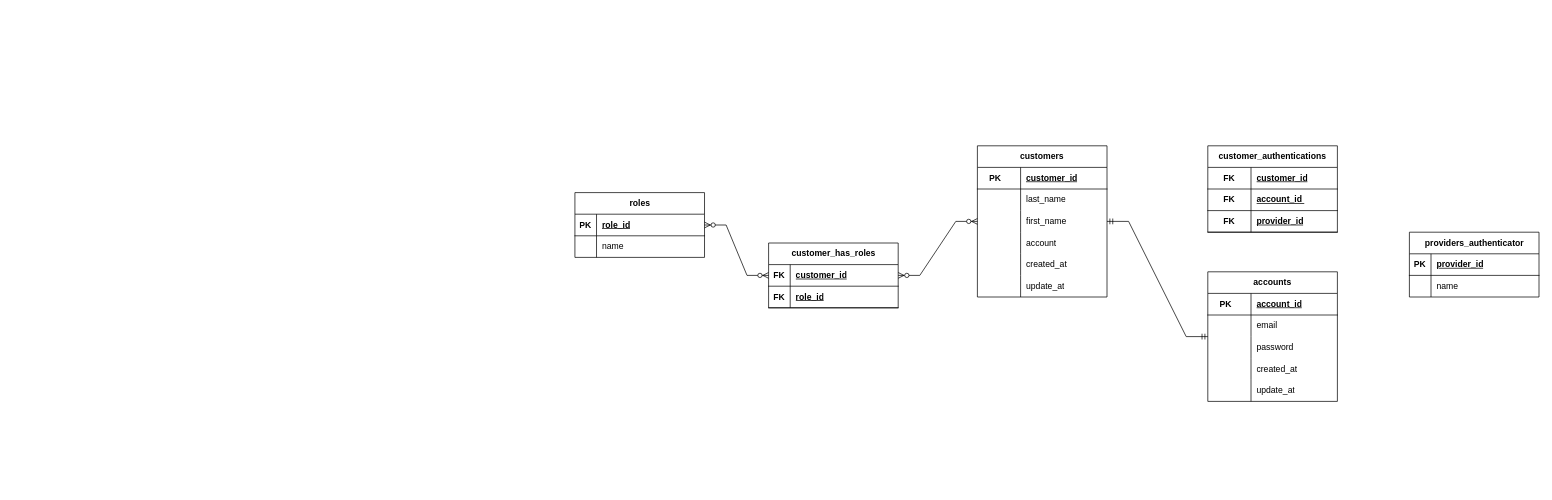
The draw.io diagram des/GRVD-DATABASE_DIAGRAM-V1.0.drawio in Innovator-Software-Bteam/graviad, before the edit. Source tidied: cells renumbered, new cells numbered last; positions are measured from the earlier drawing's top-left corner, leaving out a move shared by most shapes. Both pictures are drawn from the tidied source at 72%, with x=0, y=0 at pixel (575, 145).
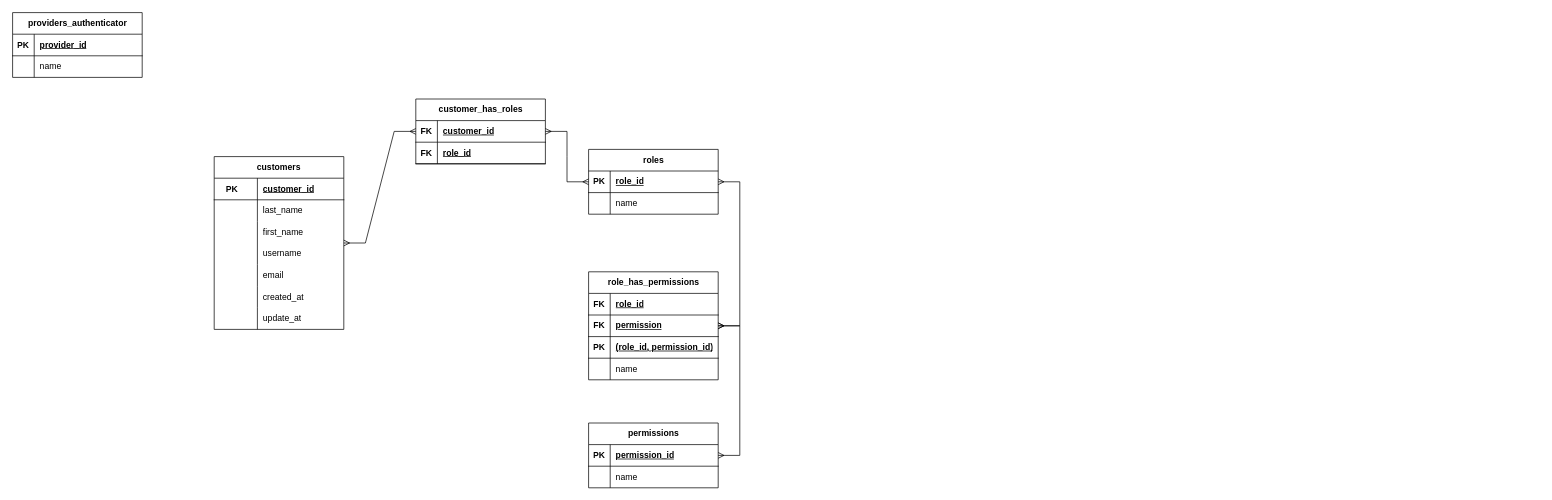
After the change.

Unchanged cells that the change refers to:
```xml
<mxCell id="12" style="shape=tableRow;horizontal=0;startSize=0;swimlaneHead=0;swimlaneBody=0;fillColor=none;top=0;left=0;right=0;bottom=0;html=1;" parent="2" vertex="1">
  <mxGeometry y="120" width="180" height="30" as="geometry" />
</mxCell>
```

Change to the diagram source:
```diff
@@
     <mxCell id="2" value="customers" style="shape=table;startSize=30;childLayout=tableLayout;rowLines=0;fontStyle=1;align=center;html=1;whiteSpace=wrap;" parent="1" vertex="1">
-      <mxGeometry x="559" width="180" height="210" as="geometry" />
+      <mxGeometry x="-501" y="15" width="180" height="240" as="geometry" />
     </mxCell>
@@
-    <mxCell id="14" value="account" style="shape=partialRectangle;fillColor=none;top=0;left=0;bottom=0;right=0;align=left;spacingLeft=6;overflow=hidden;html=1;whiteSpace=wrap;" parent="12" vertex="1">
+    <mxCell id="14" value="username" style="shape=partialRectangle;fillColor=none;top=0;left=0;bottom=0;right=0;align=left;spacingLeft=6;overflow=hidden;html=1;whiteSpace=wrap;" parent="12" vertex="1">
       <mxGeometry x="60" width="120" height="30" as="geometry" />
     </mxCell>
+    <mxCell id="34" style="shape=tableRow;horizontal=0;startSize=0;swimlaneHead=0;swimlaneBody=0;fillColor=none;top=0;left=0;right=0;bottom=0;html=1;" parent="2" vertex="1">
+      <mxGeometry y="150" width="180" height="30" as="geometry" />
+    </mxCell>
+    <mxCell id="71" style="shape=partialRectangle;fillColor=none;top=0;left=0;bottom=0;right=0;overflow=hidden;html=1;whiteSpace=wrap;" parent="34" vertex="1">
+      <mxGeometry width="60" height="30" as="geometry" />
+    </mxCell>
+    <mxCell id="27" value="email" style="shape=partialRectangle;fillColor=none;top=0;left=0;bottom=0;right=0;align=left;spacingLeft=6;overflow=hidden;html=1;whiteSpace=wrap;" parent="34" vertex="1">
+      <mxGeometry x="60" width="120" height="30" as="geometry" />
+    </mxCell>
     <mxCell id="15" style="shape=tableRow;horizontal=0;startSize=0;swimlaneHead=0;swimlaneBody=0;fillColor=none;top=0;left=0;right=0;bottom=0;html=1;" parent="2" vertex="1">
-      <mxGeometry y="150" width="180" height="30" as="geometry" />
+      <mxGeometry y="180" width="180" height="30" as="geometry" />
     </mxCell>
@@
     <mxCell id="18" style="shape=tableRow;horizontal=0;startSize=0;swimlaneHead=0;swimlaneBody=0;fillColor=none;top=0;left=0;right=0;bottom=0;html=1;" parent="2" vertex="1">
-      <mxGeometry y="180" width="180" height="30" as="geometry" />
+      <mxGeometry y="210" width="180" height="30" as="geometry" />
     </mxCell>
@@
-    <mxCell id="21" value="accounts" style="shape=table;startSize=30;childLayout=tableLayout;rowLines=0;fontStyle=1;align=center;html=1;whiteSpace=wrap;" parent="1" vertex="1">
-      <mxGeometry x="879" y="175" width="180" height="180" as="geometry" />
-    </mxCell>
-    <mxCell id="22" style="shape=tableRow;horizontal=0;startSize=0;swimlaneHead=0;swimlaneBody=0;fillColor=none;top=0;left=0;right=0;bottom=1;html=1;" parent="21" vertex="1">
-      <mxGeometry y="30" width="180" height="30" as="geometry" />
-    </mxCell>
-    <mxCell id="23" value="PK&lt;span style=&quot;white-space: pre;&quot;&gt;&#9;&lt;/span&gt;" style="shape=partialRectangle;fillColor=none;top=0;left=0;bottom=0;right=0;fontStyle=1;overflow=hidden;html=1;whiteSpace=wrap;" parent="22" vertex="1">
-      <mxGeometry width="60" height="30" as="geometry" />
-    </mxCell>
-    <mxCell id="24" value="account_id" style="shape=partialRectangle;fillColor=none;top=0;left=0;bottom=0;right=0;align=left;spacingLeft=6;fontStyle=5;overflow=hidden;html=1;whiteSpace=wrap;" parent="22" vertex="1">
-      <mxGeometry x="60" width="120" height="30" as="geometry" />
-    </mxCell>
-    <mxCell id="25" style="shape=tableRow;horizontal=0;startSize=0;swimlaneHead=0;swimlaneBody=0;fillColor=none;top=0;left=0;right=0;bottom=0;html=1;" parent="21" vertex="1">
-      <mxGeometry y="60" width="180" height="30" as="geometry" />
-    </mxCell>
-    <mxCell id="26" style="shape=partialRectangle;fillColor=none;top=0;left=0;bottom=0;right=0;overflow=hidden;html=1;whiteSpace=wrap;" parent="25" vertex="1">
-      <mxGeometry width="60" height="30" as="geometry" />
-    </mxCell>
-    <mxCell id="27" value="email" style="shape=partialRectangle;fillColor=none;top=0;left=0;bottom=0;right=0;align=left;spacingLeft=6;overflow=hidden;html=1;whiteSpace=wrap;" parent="25" vertex="1">
-      <mxGeometry x="60" width="120" height="30" as="geometry" />
-    </mxCell>
-    <mxCell id="28" style="shape=tableRow;horizontal=0;startSize=0;swimlaneHead=0;swimlaneBody=0;fillColor=none;top=0;left=0;right=0;bottom=0;html=1;" parent="21" vertex="1">
-      <mxGeometry y="90" width="180" height="30" as="geometry" />
-    </mxCell>
-    <mxCell id="29" style="shape=partialRectangle;fillColor=none;top=0;left=0;bottom=0;right=0;overflow=hidden;html=1;whiteSpace=wrap;" parent="28" vertex="1">
-      <mxGeometry width="60" height="30" as="geometry" />
-    </mxCell>
-    <mxCell id="30" value="password" style="shape=partialRectangle;fillColor=none;top=0;left=0;bottom=0;right=0;align=left;spacingLeft=6;overflow=hidden;html=1;whiteSpace=wrap;" parent="28" vertex="1">
-      <mxGeometry x="60" width="120" height="30" as="geometry" />
-    </mxCell>
-    <mxCell id="31" style="shape=tableRow;horizontal=0;startSize=0;swimlaneHead=0;swimlaneBody=0;fillColor=none;top=0;left=0;right=0;bottom=0;html=1;" parent="21" vertex="1">
-      <mxGeometry y="120" width="180" height="30" as="geometry" />
-    </mxCell>
-    <mxCell id="32" style="shape=partialRectangle;fillColor=none;top=0;left=0;bottom=0;right=0;overflow=hidden;html=1;whiteSpace=wrap;" parent="31" vertex="1">
-      <mxGeometry width="60" height="30" as="geometry" />
-    </mxCell>
-    <mxCell id="33" value="created_at" style="shape=partialRectangle;fillColor=none;top=0;left=0;bottom=0;right=0;align=left;spacingLeft=6;overflow=hidden;html=1;whiteSpace=wrap;" parent="31" vertex="1">
-      <mxGeometry x="60" width="120" height="30" as="geometry" />
-    </mxCell>
-    <mxCell id="34" style="shape=tableRow;horizontal=0;startSize=0;swimlaneHead=0;swimlaneBody=0;fillColor=none;top=0;left=0;right=0;bottom=0;html=1;" parent="21" vertex="1">
-      <mxGeometry y="150" width="180" height="30" as="geometry" />
-    </mxCell>
-    <mxCell id="35" style="shape=partialRectangle;fillColor=none;top=0;left=0;bottom=0;right=0;overflow=hidden;html=1;whiteSpace=wrap;" parent="34" vertex="1">
-      <mxGeometry width="60" height="30" as="geometry" />
-    </mxCell>
-    <mxCell id="36" value="update_at" style="shape=partialRectangle;fillColor=none;top=0;left=0;bottom=0;right=0;align=left;spacingLeft=6;overflow=hidden;html=1;whiteSpace=wrap;" parent="34" vertex="1">
-      <mxGeometry x="60" width="120" height="30" as="geometry" />
-    </mxCell>
     <mxCell id="37" value="roles" style="shape=table;startSize=30;childLayout=tableLayout;rowLines=0;fontStyle=1;align=center;html=1;" parent="1" vertex="1">
-      <mxGeometry y="65" width="180" height="90" as="geometry" />
+      <mxGeometry x="19" y="5" width="180" height="90" as="geometry" />
     </mxCell>
@@
-    <mxCell id="44" value="customer_authentications" style="shape=table;startSize=30;childLayout=tableLayout;rowLines=0;fontStyle=1;align=center;html=1;whiteSpace=wrap;" parent="1" vertex="1">
-      <mxGeometry x="879" width="180" height="120" as="geometry" />
-    </mxCell>
-    <mxCell id="45" style="shape=tableRow;horizontal=0;startSize=0;swimlaneHead=0;swimlaneBody=0;fillColor=none;top=0;left=0;right=0;bottom=1;html=1;" parent="44" vertex="1">
-      <mxGeometry y="30" width="180" height="30" as="geometry" />
-    </mxCell>
-    <mxCell id="46" value="FK" style="shape=partialRectangle;fillColor=none;top=0;left=0;bottom=0;right=0;fontStyle=1;overflow=hidden;html=1;whiteSpace=wrap;" parent="45" vertex="1">
-      <mxGeometry width="60" height="30" as="geometry" />
-    </mxCell>
-    <mxCell id="47" value="customer_id" style="shape=partialRectangle;fillColor=none;top=0;left=0;bottom=0;right=0;align=left;spacingLeft=6;fontStyle=5;overflow=hidden;html=1;whiteSpace=wrap;" parent="45" vertex="1">
-      <mxGeometry x="60" width="120" height="30" as="geometry" />
-    </mxCell>
-    <mxCell id="48" style="shape=tableRow;horizontal=0;startSize=0;swimlaneHead=0;swimlaneBody=0;fillColor=none;top=0;left=0;right=0;bottom=1;html=1;" parent="44" vertex="1">
-      <mxGeometry y="60" width="180" height="30" as="geometry" />
-    </mxCell>
-    <mxCell id="49" value="FK" style="shape=partialRectangle;fillColor=none;top=0;left=0;bottom=0;right=0;fontStyle=1;overflow=hidden;html=1;whiteSpace=wrap;" parent="48" vertex="1">
-      <mxGeometry width="60" height="30" as="geometry" />
-    </mxCell>
-    <mxCell id="50" value="account_id&amp;nbsp;" style="shape=partialRectangle;fillColor=none;top=0;left=0;bottom=0;right=0;align=left;spacingLeft=6;fontStyle=5;overflow=hidden;html=1;whiteSpace=wrap;" parent="48" vertex="1">
-      <mxGeometry x="60" width="120" height="30" as="geometry" />
-    </mxCell>
-    <mxCell id="51" style="shape=tableRow;horizontal=0;startSize=0;swimlaneHead=0;swimlaneBody=0;fillColor=none;top=0;left=0;right=0;bottom=1;html=1;" parent="44" vertex="1">
-      <mxGeometry y="90" width="180" height="30" as="geometry" />
-    </mxCell>
-    <mxCell id="52" value="FK" style="shape=partialRectangle;fillColor=none;top=0;left=0;bottom=0;right=0;fontStyle=1;overflow=hidden;html=1;whiteSpace=wrap;" parent="51" vertex="1">
-      <mxGeometry width="60" height="30" as="geometry" />
-    </mxCell>
-    <mxCell id="53" value="provider_id" style="shape=partialRectangle;fillColor=none;top=0;left=0;bottom=0;right=0;align=left;spacingLeft=6;fontStyle=5;overflow=hidden;html=1;whiteSpace=wrap;" parent="51" vertex="1">
-      <mxGeometry x="60" width="120" height="30" as="geometry" />
-    </mxCell>
     <mxCell id="54" value="providers_authenticator" style="shape=table;startSize=30;childLayout=tableLayout;rowLines=0;fontStyle=1;align=center;html=1;" parent="1" vertex="1">
-      <mxGeometry x="1159" y="120" width="180" height="90" as="geometry" />
+      <mxGeometry x="-781" y="-185" width="180" height="90" as="geometry" />
     </mxCell>
@@
     <mxCell id="61" value="customer_has_roles" style="shape=table;startSize=30;childLayout=tableLayout;rowLines=0;fontStyle=1;align=center;html=1;" parent="1" vertex="1">
-      <mxGeometry x="269" y="135" width="180" height="90" as="geometry" />
+      <mxGeometry x="-221" y="-65" width="180" height="90" as="geometry" />
     </mxCell>
@@
-    <mxCell id="68" style="edgeStyle=entityRelationEdgeStyle;fontSize=12;html=1;endArrow=ERzeroToMany;endFill=1;startArrow=ERzeroToMany;rounded=0;" parent="1" edge="1" source="61" target="2">
-      <mxGeometry relative="1" as="geometry" />
-    </mxCell>
+    <mxCell id="72" value="permissions" style="shape=table;startSize=30;childLayout=tableLayout;rowLines=0;fontStyle=1;align=center;html=1;" parent="1" vertex="1">
+      <mxGeometry x="19" y="385" width="180" height="90" as="geometry" />
+    </mxCell>
+    <mxCell id="73" style="shape=tableRow;horizontal=0;startSize=0;swimlaneHead=0;swimlaneBody=0;fillColor=none;top=0;left=0;right=0;bottom=1;" parent="72" vertex="1">
+      <mxGeometry y="30" width="180" height="30" as="geometry" />
+    </mxCell>
+    <mxCell id="74" value="PK" style="shape=partialRectangle;fillColor=none;top=0;left=0;bottom=0;right=0;fontStyle=1;overflow=hidden;whiteSpace=wrap;html=1;" parent="73" vertex="1">
+      <mxGeometry width="30" height="30" as="geometry" />
+    </mxCell>
+    <mxCell id="75" value="permission_id" style="shape=partialRectangle;fillColor=none;top=0;left=0;bottom=0;right=0;align=left;spacingLeft=6;fontStyle=5;overflow=hidden;whiteSpace=wrap;html=1;" parent="73" vertex="1">
+      <mxGeometry x="30" width="150" height="30" as="geometry" />
+    </mxCell>
+    <mxCell id="76" style="shape=tableRow;horizontal=0;startSize=0;swimlaneHead=0;swimlaneBody=0;fillColor=none;top=0;left=0;right=0;bottom=0;" parent="72" vertex="1">
+      <mxGeometry y="60" width="180" height="30" as="geometry" />
+    </mxCell>
+    <mxCell id="77" style="shape=partialRectangle;fillColor=none;top=0;left=0;bottom=0;right=0;overflow=hidden;whiteSpace=wrap;html=1;" parent="76" vertex="1">
+      <mxGeometry width="30" height="30" as="geometry" />
+    </mxCell>
+    <mxCell id="78" value="name&amp;nbsp;" style="shape=partialRectangle;fillColor=none;top=0;left=0;bottom=0;right=0;align=left;spacingLeft=6;overflow=hidden;whiteSpace=wrap;html=1;" parent="76" vertex="1">
+      <mxGeometry x="30" width="150" height="30" as="geometry" />
+    </mxCell>
+    <mxCell id="79" value="role_has_permissions" style="shape=table;startSize=30;childLayout=tableLayout;rowLines=0;fontStyle=1;align=center;html=1;" parent="1" vertex="1">
+      <mxGeometry x="19" y="175" width="180" height="150" as="geometry" />
+    </mxCell>
+    <mxCell id="80" style="shape=tableRow;horizontal=0;startSize=0;swimlaneHead=0;swimlaneBody=0;fillColor=none;top=0;left=0;right=0;bottom=1;" parent="79" vertex="1">
+      <mxGeometry y="30" width="180" height="30" as="geometry" />
+    </mxCell>
+    <mxCell id="81" value="FK" style="shape=partialRectangle;fillColor=none;top=0;left=0;bottom=0;right=0;fontStyle=1;overflow=hidden;whiteSpace=wrap;html=1;" parent="80" vertex="1">
+      <mxGeometry width="30" height="30" as="geometry" />
+    </mxCell>
+    <mxCell id="82" value="role_id" style="shape=partialRectangle;fillColor=none;top=0;left=0;bottom=0;right=0;align=left;spacingLeft=6;fontStyle=5;overflow=hidden;whiteSpace=wrap;html=1;" parent="80" vertex="1">
+      <mxGeometry x="30" width="150" height="30" as="geometry" />
+    </mxCell>
+    <mxCell id="83" style="shape=tableRow;horizontal=0;startSize=0;swimlaneHead=0;swimlaneBody=0;fillColor=none;top=0;left=0;right=0;bottom=1;" parent="79" vertex="1">
+      <mxGeometry y="60" width="180" height="30" as="geometry" />
+    </mxCell>
+    <mxCell id="84" value="FK" style="shape=partialRectangle;fillColor=none;top=0;left=0;bottom=0;right=0;fontStyle=1;overflow=hidden;whiteSpace=wrap;html=1;" parent="83" vertex="1">
+      <mxGeometry width="30" height="30" as="geometry" />
+    </mxCell>
+    <mxCell id="85" value="permission" style="shape=partialRectangle;fillColor=none;top=0;left=0;bottom=0;right=0;align=left;spacingLeft=6;fontStyle=5;overflow=hidden;whiteSpace=wrap;html=1;" parent="83" vertex="1">
+      <mxGeometry x="30" width="150" height="30" as="geometry" />
+    </mxCell>
+    <mxCell id="86" style="shape=tableRow;horizontal=0;startSize=0;swimlaneHead=0;swimlaneBody=0;fillColor=none;top=0;left=0;right=0;bottom=1;" parent="79" vertex="1">
+      <mxGeometry y="90" width="180" height="30" as="geometry" />
+    </mxCell>
+    <mxCell id="87" value="PK" style="shape=partialRectangle;fillColor=none;top=0;left=0;bottom=0;right=0;fontStyle=1;overflow=hidden;whiteSpace=wrap;html=1;" parent="86" vertex="1">
+      <mxGeometry width="30" height="30" as="geometry" />
+    </mxCell>
+    <mxCell id="88" value="(role_id, permission_id)" style="shape=partialRectangle;fillColor=none;top=0;left=0;bottom=0;right=0;align=left;spacingLeft=6;fontStyle=5;overflow=hidden;whiteSpace=wrap;html=1;" parent="86" vertex="1">
+      <mxGeometry x="30" width="150" height="30" as="geometry" />
+    </mxCell>
+    <mxCell id="89" style="shape=tableRow;horizontal=0;startSize=0;swimlaneHead=0;swimlaneBody=0;fillColor=none;top=0;left=0;right=0;bottom=0;" parent="79" vertex="1">
+      <mxGeometry y="120" width="180" height="30" as="geometry" />
+    </mxCell>
+    <mxCell id="90" style="shape=partialRectangle;fillColor=none;top=0;left=0;bottom=0;right=0;overflow=hidden;whiteSpace=wrap;html=1;" parent="89" vertex="1">
+      <mxGeometry width="30" height="30" as="geometry" />
+    </mxCell>
+    <mxCell id="91" value="name&amp;nbsp;" style="shape=partialRectangle;fillColor=none;top=0;left=0;bottom=0;right=0;align=left;spacingLeft=6;overflow=hidden;whiteSpace=wrap;html=1;" parent="89" vertex="1">
+      <mxGeometry x="30" width="150" height="30" as="geometry" />
+    </mxCell>
+    <mxCell id="92" style="edgeStyle=entityRelationEdgeStyle;fontSize=12;html=1;endArrow=ERmany;startArrow=ERmany;rounded=0;" parent="1" edge="1" source="72" target="79">
+      <mxGeometry relative="1" as="geometry" />
+    </mxCell>
+    <mxCell id="93" style="edgeStyle=entityRelationEdgeStyle;fontSize=12;html=1;endArrow=ERmany;startArrow=ERmany;rounded=0;" parent="1" edge="1" source="79" target="37">
+      <mxGeometry relative="1" as="geometry">
+        <Array as="points">
+          <mxPoint x="99" y="185" />
+        </Array>
+      </mxGeometry>
+    </mxCell>
+    <mxCell id="94" style="edgeStyle=entityRelationEdgeStyle;fontSize=12;html=1;endArrow=ERmany;startArrow=ERmany;rounded=0;" parent="1" edge="1" source="2" target="61">
+      <mxGeometry relative="1" as="geometry" />
+    </mxCell>
-    <mxCell id="69" style="edgeStyle=entityRelationEdgeStyle;fontSize=12;html=1;endArrow=ERzeroToMany;endFill=1;startArrow=ERzeroToMany;rounded=0;" parent="1" edge="1" source="61" target="37">
+    <mxCell id="69" style="edgeStyle=entityRelationEdgeStyle;fontSize=12;html=1;endArrow=ERmany;startArrow=ERmany;rounded=0;" parent="1" edge="1" source="61" target="37">
       <mxGeometry relative="1" as="geometry" />
     </mxCell>
-    <mxCell id="70" style="edgeStyle=entityRelationEdgeStyle;fontSize=12;html=1;endArrow=ERmandOne;startArrow=ERmandOne;rounded=0;" parent="1" edge="1" source="2" target="21">
-      <mxGeometry relative="1" as="geometry" />
-    </mxCell>
```
